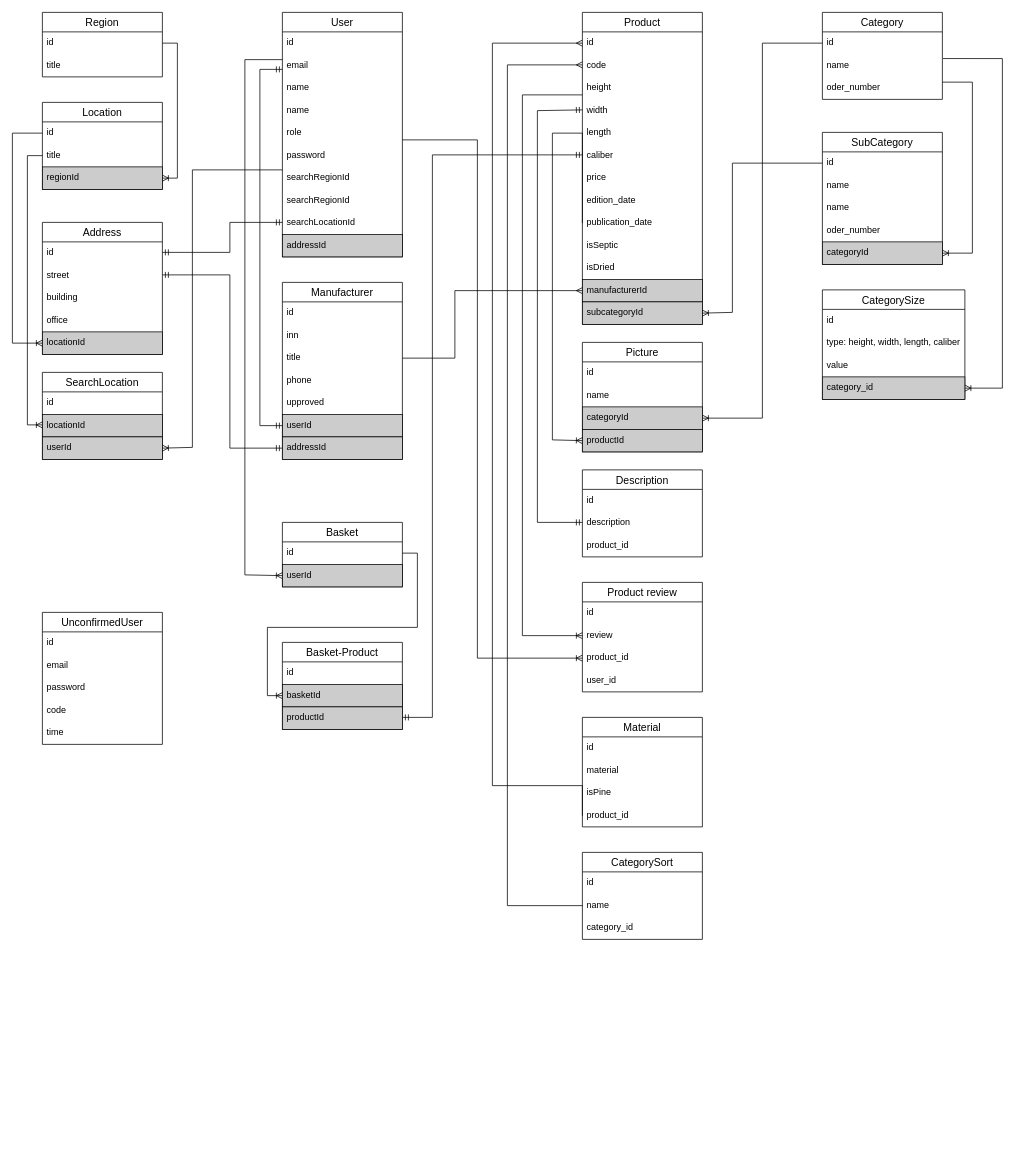
Before: lesopilka.drawio in alexeyk500/lesopilka_backend, a draw.io diagram. Source tidied: cells renumbered, new cells numbered last; positions are measured from the earlier drawing's top-left corner, leaving out a move shared by most shapes. Both pictures are drawn from the tidied source at 75%, with x=0, y=0 at pixel (12, 12).
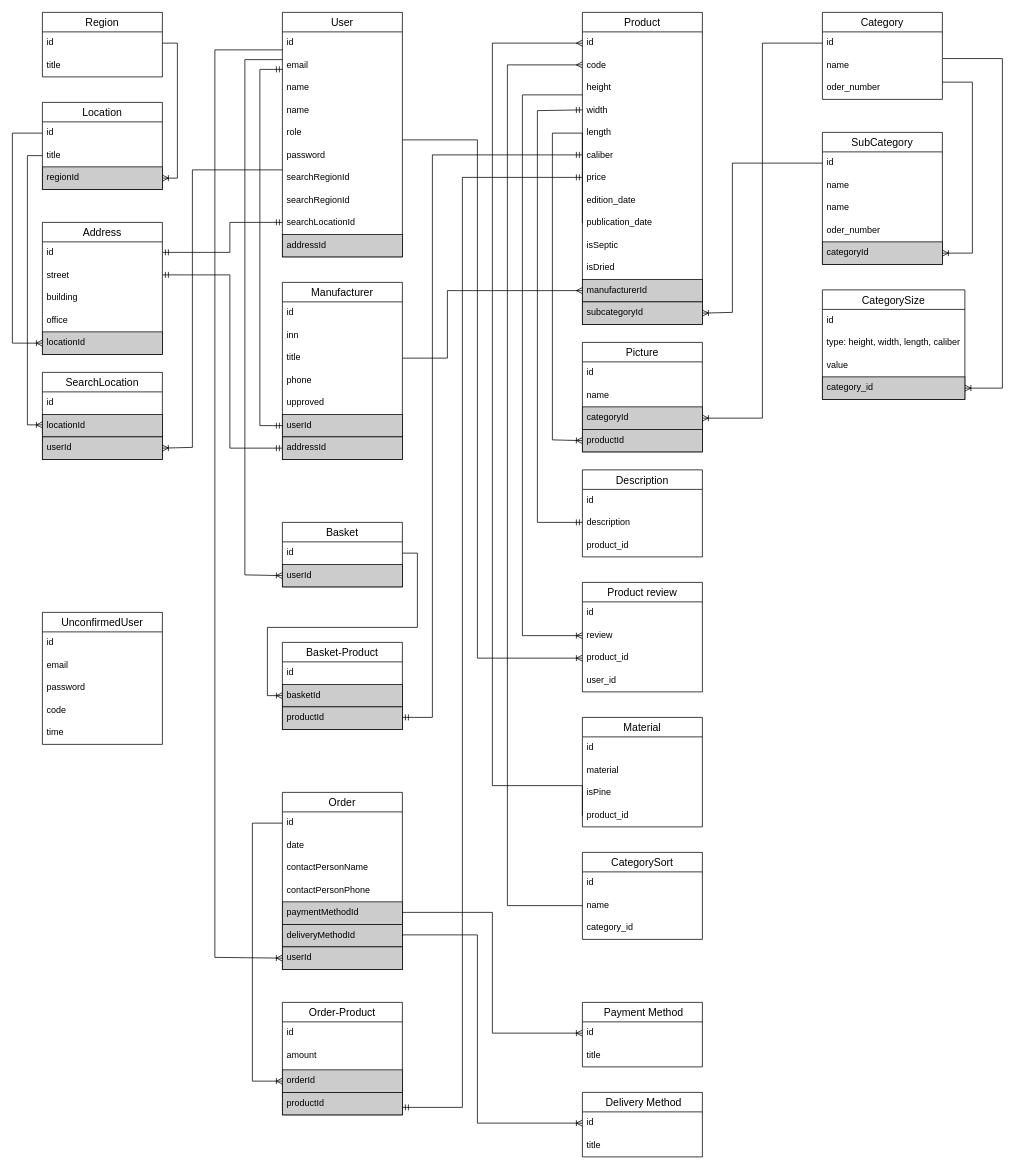
The same page after the edit.

The change refers to these unchanged cells:
```xml
<mxCell id="42" value="manufacturerId" style="text;strokeColor=default;fillColor=#CCCCCC;spacingLeft=4;spacingRight=4;overflow=hidden;points=[[0,0.5],[1,0.5]];portConstraint=eastwest;fontSize=12;" parent="30" vertex="1">
  <mxGeometry y="356" width="160" height="30" as="geometry" />
</mxCell>
<mxCell id="105" value="title" style="text;strokeColor=none;fillColor=none;spacingLeft=4;spacingRight=4;overflow=hidden;points=[[0,0.5],[1,0.5]];portConstraint=eastwest;fontSize=12;" parent="102" vertex="1">
  <mxGeometry y="86" width="160" height="30" as="geometry" />
</mxCell>
```

Change to the diagram source:
```diff
@@
     <mxCell id="56" style="edgeStyle=orthogonalEdgeStyle;fontSize=12;html=1;endArrow=ERmany;rounded=0;fontFamily=Helvetica;fontColor=default;entryX=0;entryY=0.5;entryDx=0;entryDy=0;exitX=1;exitY=0.5;exitDx=0;exitDy=0;" parent="1" edge="1" source="105" target="42">
       <mxGeometry relative="1" as="geometry">
         <Array as="points">
-          <mxPoint x="590" y="461" />
-          <mxPoint x="590" y="371" />
+          <mxPoint x="580" y="461" />
+          <mxPoint x="580" y="371" />
         </Array>
       </mxGeometry>
     </mxCell>
@@
+    <mxCell id="124" value="Order" style="swimlane;fontStyle=0;horizontal=1;startSize=26;align=center;fontSize=14;" parent="1" vertex="1">
+      <mxGeometry x="360" y="1040" width="160" height="236" as="geometry" />
+    </mxCell>
+    <mxCell id="125" value="id" style="text;strokeColor=none;fillColor=none;spacingLeft=4;spacingRight=4;overflow=hidden;points=[[0,0.5],[1,0.5]];portConstraint=eastwest;fontSize=12;" parent="124" vertex="1">
+      <mxGeometry y="26" width="160" height="30" as="geometry" />
+    </mxCell>
+    <mxCell id="126" value="date" style="text;strokeColor=none;fillColor=none;spacingLeft=4;spacingRight=4;overflow=hidden;fontSize=12;" parent="124" vertex="1">
+      <mxGeometry y="56" width="160" height="30" as="geometry" />
+    </mxCell>
+    <mxCell id="127" value="contactPersonName" style="text;strokeColor=none;fillColor=none;spacingLeft=4;spacingRight=4;overflow=hidden;fontSize=12;" parent="124" vertex="1">
+      <mxGeometry y="86" width="160" height="30" as="geometry" />
+    </mxCell>
+    <mxCell id="128" value="contactPersonPhone" style="text;strokeColor=none;fillColor=none;spacingLeft=4;spacingRight=4;overflow=hidden;fontSize=12;" parent="124" vertex="1">
+      <mxGeometry y="116" width="160" height="30" as="geometry" />
+    </mxCell>
+    <mxCell id="129" value="paymentMethodId&#10;" style="text;spacingLeft=4;spacingRight=4;overflow=hidden;fontSize=12;fillColor=#CCCCCC;strokeColor=default;" parent="124" vertex="1">
+      <mxGeometry y="146" width="160" height="30" as="geometry" />
+    </mxCell>
+    <mxCell id="130" value="deliveryMethodId&#10;" style="text;spacingLeft=4;spacingRight=4;overflow=hidden;points=[[0,0.5],[1,0.5]];portConstraint=eastwest;fontSize=12;fillColor=#CCCCCC;strokeColor=default;" parent="124" vertex="1">
+      <mxGeometry y="176" width="160" height="30" as="geometry" />
+    </mxCell>
+    <mxCell id="131" value="userId" style="text;spacingLeft=4;spacingRight=4;overflow=hidden;points=[[0,0.5],[1,0.5]];portConstraint=eastwest;fontSize=12;fillColor=#CCCCCC;strokeColor=default;" parent="124" vertex="1">
+      <mxGeometry y="206" width="160" height="30" as="geometry" />
+    </mxCell>
+    <mxCell id="132" style="edgeStyle=orthogonalEdgeStyle;fontSize=12;html=1;endArrow=ERoneToMany;rounded=0;fontFamily=Helvetica;fontColor=default;entryX=0;entryY=0.5;entryDx=0;entryDy=0;" parent="1" edge="1" target="131">
+      <mxGeometry relative="1" as="geometry">
+        <mxPoint x="360" y="50" as="sourcePoint" />
+        <Array as="points">
+          <mxPoint x="270" y="50" />
+          <mxPoint x="270" y="1260" />
+        </Array>
+      </mxGeometry>
+    </mxCell>
+    <mxCell id="133" value="Order-Product" style="swimlane;fontStyle=0;horizontal=1;startSize=26;align=center;fontSize=14;" parent="1" vertex="1">
+      <mxGeometry x="360" y="1320" width="160" height="150" as="geometry" />
+    </mxCell>
+    <mxCell id="134" value="id" style="text;strokeColor=none;fillColor=none;spacingLeft=4;spacingRight=4;overflow=hidden;fontSize=12;" parent="133" vertex="1">
+      <mxGeometry y="26" width="160" height="30" as="geometry" />
+    </mxCell>
+    <mxCell id="135" value="amount" style="text;strokeColor=none;fillColor=none;spacingLeft=4;spacingRight=4;overflow=hidden;fontSize=12;" parent="133" vertex="1">
+      <mxGeometry y="56" width="160" height="34" as="geometry" />
+    </mxCell>
+    <mxCell id="136" value="orderId&#10;" style="text;spacingLeft=4;spacingRight=4;overflow=hidden;points=[[0,0.5],[1,0.5]];portConstraint=eastwest;fontSize=12;fillColor=#CCCCCC;strokeColor=default;" parent="133" vertex="1">
+      <mxGeometry y="90" width="160" height="30" as="geometry" />
+    </mxCell>
+    <mxCell id="137" value="productId" style="text;spacingLeft=4;spacingRight=4;overflow=hidden;points=[[0,0.5],[1,0.5]];portConstraint=eastwest;fontSize=12;fillColor=#CCCCCC;strokeColor=default;" parent="133" vertex="1">
+      <mxGeometry y="120" width="160" height="30" as="geometry" />
+    </mxCell>
+    <mxCell id="138" value=" Payment Method" style="swimlane;fontStyle=0;horizontal=1;startSize=26;align=center;fontSize=14;" parent="1" vertex="1">
+      <mxGeometry x="760" y="1320" width="160" height="86" as="geometry" />
+    </mxCell>
+    <mxCell id="139" value="id" style="text;strokeColor=none;fillColor=none;spacingLeft=4;spacingRight=4;overflow=hidden;points=[[0,0.5],[1,0.5]];portConstraint=eastwest;fontSize=12;" parent="138" vertex="1">
+      <mxGeometry y="26" width="160" height="30" as="geometry" />
+    </mxCell>
+    <mxCell id="140" value="title" style="text;strokeColor=none;fillColor=none;spacingLeft=4;spacingRight=4;overflow=hidden;fontSize=12;" parent="138" vertex="1">
+      <mxGeometry y="56" width="160" height="30" as="geometry" />
+    </mxCell>
+    <mxCell id="141" value=" Delivery Method" style="swimlane;fontStyle=0;horizontal=1;startSize=26;align=center;fontSize=14;" parent="1" vertex="1">
+      <mxGeometry x="760" y="1440" width="160" height="86" as="geometry" />
+    </mxCell>
+    <mxCell id="142" value="id" style="text;strokeColor=none;fillColor=none;spacingLeft=4;spacingRight=4;overflow=hidden;points=[[0,0.5],[1,0.5]];portConstraint=eastwest;fontSize=12;" parent="141" vertex="1">
+      <mxGeometry y="26" width="160" height="30" as="geometry" />
+    </mxCell>
+    <mxCell id="143" value="title" style="text;strokeColor=none;fillColor=none;spacingLeft=4;spacingRight=4;overflow=hidden;fontSize=12;" parent="141" vertex="1">
+      <mxGeometry y="56" width="160" height="30" as="geometry" />
+    </mxCell>
+    <mxCell id="144" style="edgeStyle=orthogonalEdgeStyle;fontSize=12;html=1;endArrow=ERoneToMany;rounded=0;exitX=0;exitY=0.5;exitDx=0;exitDy=0;entryX=0;entryY=0.5;entryDx=0;entryDy=0;" parent="1" edge="1" source="125" target="136">
+      <mxGeometry relative="1" as="geometry">
+        <Array as="points">
+          <mxPoint x="320" y="1081" />
+          <mxPoint x="320" y="1425" />
+        </Array>
+      </mxGeometry>
+    </mxCell>
+    <mxCell id="145" style="edgeStyle=orthogonalEdgeStyle;fontSize=12;html=1;endArrow=ERoneToMany;rounded=0;entryX=0;entryY=0.5;entryDx=0;entryDy=0;" parent="1" edge="1" target="139">
+      <mxGeometry x="0.64" y="10" relative="1" as="geometry">
+        <mxPoint x="520" y="1200" as="sourcePoint" />
+        <Array as="points">
+          <mxPoint x="520" y="1200" />
+          <mxPoint x="640" y="1200" />
+          <mxPoint x="640" y="1361" />
+        </Array>
+      </mxGeometry>
+    </mxCell>
+    <mxCell id="146" style="edgeStyle=orthogonalEdgeStyle;fontSize=12;html=1;endArrow=ERoneToMany;rounded=0;exitX=1;exitY=0.5;exitDx=0;exitDy=0;entryX=0;entryY=0.5;entryDx=0;entryDy=0;" parent="1" edge="1" source="130" target="142">
+      <mxGeometry x="0.64" y="10" relative="1" as="geometry">
+        <Array as="points">
+          <mxPoint x="520" y="1230" />
+          <mxPoint x="620" y="1230" />
+          <mxPoint x="620" y="1481" />
+        </Array>
+      </mxGeometry>
+    </mxCell>
+    <mxCell id="147" style="edgeStyle=orthogonalEdgeStyle;fontSize=12;html=1;endArrow=ERmandOne;startArrow=ERmandOne;rounded=0;" parent="1" edge="1" source="137">
+      <mxGeometry relative="1" as="geometry">
+        <mxPoint x="760" y="220" as="targetPoint" />
+        <Array as="points">
+          <mxPoint x="600" y="1460" />
+          <mxPoint x="600" y="220" />
+        </Array>
+      </mxGeometry>
+    </mxCell>
```
